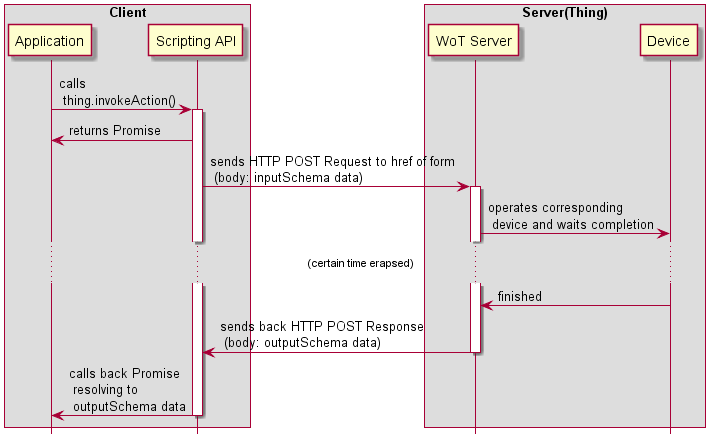
Before: images/message-flows/A_2_1_invokeAction.png, a diagram exported from PlantUML (w3c/wot-architecture).
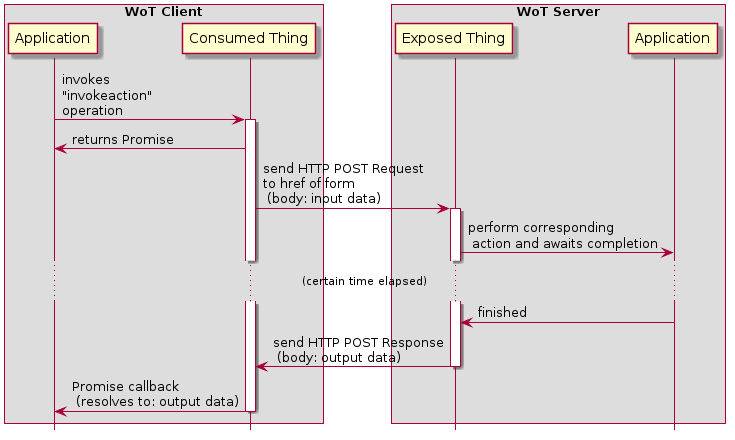
After the commit.

Change to the diagram source:
```diff
@@ -1,30 +1,30 @@
 @startuml
 hide footbox
 
-box "Client"
+box "WoT Client"
 participant "Application" as AP
-participant "Scripting API" as SA
+participant "Consumed Thing" as SA
 end box
 
-box "Server(Thing)"
-participant "WoT Server" as WS
-participant "Device" as DC
+box "WoT Server"
+participant "Exposed Thing" as WS
+participant "Application" as DC
 end box
 
-AP  -> SA: calls \n thing.invokeAction()
+AP  -> SA: invokes\n"invokeaction"\noperation
 activate SA
 SA  -> AP: returns Promise
-SA  -> WS: sends HTTP POST Request to href of form \n (body: inputSchema data)
+SA  -> WS: send HTTP POST Request\nto href of form\n (body: input data)
 
 activate WS
-WS  -> DC: operates corresponding \n device and waits completion
-...(certain time erapsed)...
+WS  -> DC: perform corresponding\n action and awaits completion
+...(certain time elapsed)...
 DC  -> WS: finished
 
-WS  -> SA: sends back HTTP POST Response \n (body: outputSchema data)
+WS  -> SA: send HTTP POST Response\n (body: output data)
 
 deactivate WS
-SA  -> AP: calls back Promise \n resolving to \n outputSchema data
+SA  -> AP: Promise callback\n (resolves to: output data)
 
 deactivate SA
 
```
